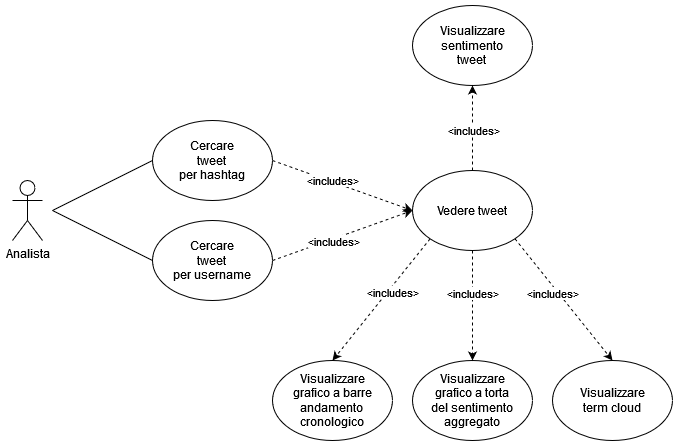
Earlier version of the draw.io export sprint2/review/img/usecase.png (NotXia/tweet-analysis). Source tidied: cells renumbered, new cells last; positions are measured from the earlier drawing's top-left corner, leaving out a move shared by most shapes.
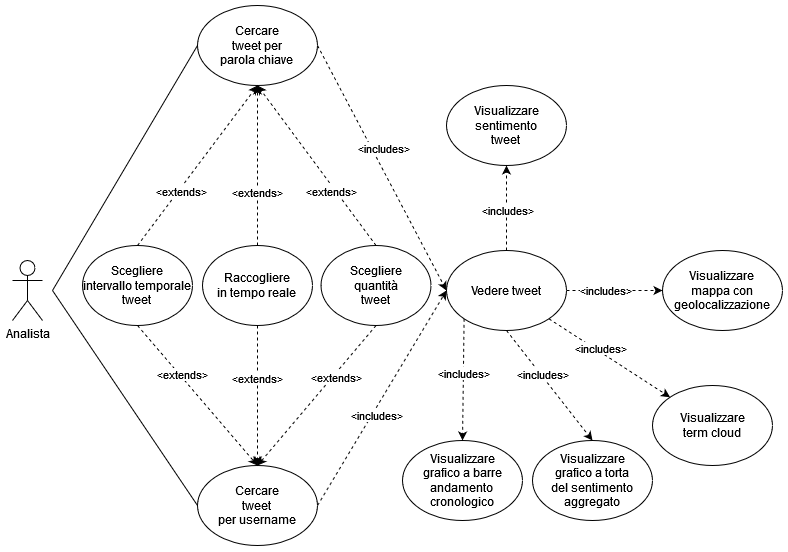
Above is the later version.

The edit, as a diff of the source:
```diff
@@ -6,25 +6,25 @@
       <mxGeometry x="400" y="165" width="120" height="80" as="geometry" />
     </mxCell>
     <mxCell id="3" value="Analista" style="shape=umlActor;verticalLabelPosition=bottom;verticalAlign=top;html=1;" parent="1" vertex="1">
-      <mxGeometry y="175" width="30" height="60" as="geometry" />
+      <mxGeometry x="-34" y="175" width="30" height="60" as="geometry" />
     </mxCell>
     <mxCell id="4" value="&lt;div&gt;Visualizzare&lt;/div&gt;&lt;div&gt;sentimento&lt;/div&gt;&lt;div&gt;tweet&lt;br&gt;&lt;/div&gt;" style="ellipse;whiteSpace=wrap;html=1;" parent="1" vertex="1">
       <mxGeometry x="400" width="120" height="80" as="geometry" />
     </mxCell>
     <mxCell id="5" value="&lt;div&gt;Visualizzare&lt;/div&gt;&lt;div&gt;grafico a torta&lt;/div&gt;&lt;div&gt;del sentimento&lt;/div&gt;&lt;div&gt;aggregato&lt;br&gt;&lt;/div&gt;" style="ellipse;whiteSpace=wrap;html=1;" parent="1" vertex="1">
-      <mxGeometry x="400" y="355" width="120" height="80" as="geometry" />
+      <mxGeometry x="486" y="355" width="120" height="80" as="geometry" />
     </mxCell>
     <mxCell id="6" value="&lt;div&gt;Visualizzare&lt;/div&gt;&lt;div&gt;grafico a barre&lt;/div&gt;&lt;div&gt;andamento&lt;br&gt;&lt;/div&gt;&lt;div&gt;cronologico&lt;br&gt;&lt;/div&gt;" style="ellipse;whiteSpace=wrap;html=1;" parent="1" vertex="1">
-      <mxGeometry x="260" y="355" width="120" height="80" as="geometry" />
+      <mxGeometry x="356" y="355" width="120" height="80" as="geometry" />
     </mxCell>
     <mxCell id="7" value="&lt;div&gt;Visualizzare&lt;/div&gt;term cloud" style="ellipse;whiteSpace=wrap;html=1;" parent="1" vertex="1">
-      <mxGeometry x="540" y="355" width="120" height="80" as="geometry" />
+      <mxGeometry x="606" y="300" width="120" height="80" as="geometry" />
     </mxCell>
-    <mxCell id="8" value="&lt;div&gt;Cercare&lt;br&gt;&lt;/div&gt;&lt;div&gt;tweet&lt;br&gt;&lt;/div&gt;&lt;div&gt;per hashtag&lt;/div&gt;" style="ellipse;whiteSpace=wrap;html=1;" parent="1" vertex="1">
-      <mxGeometry x="140" y="115" width="120" height="80" as="geometry" />
+    <mxCell id="8" value="&lt;div&gt;Cercare&lt;br&gt;&lt;/div&gt;&lt;div&gt;tweet per &lt;br&gt;&lt;/div&gt;&lt;div&gt;parola chiave&lt;br&gt;&lt;/div&gt;" style="ellipse;whiteSpace=wrap;html=1;" parent="1" vertex="1">
+      <mxGeometry x="151" y="-80" width="120" height="80" as="geometry" />
     </mxCell>
     <mxCell id="9" value="&lt;div&gt;Cercare&lt;br&gt;&lt;/div&gt;&lt;div&gt;tweet&lt;br&gt;&lt;/div&gt;&lt;div&gt;per username&lt;/div&gt;" style="ellipse;whiteSpace=wrap;html=1;" parent="1" vertex="1">
-      <mxGeometry x="140" y="215" width="120" height="80" as="geometry" />
+      <mxGeometry x="151" y="380" width="120" height="80" as="geometry" />
     </mxCell>
     <mxCell id="10" style="endArrow=classic;html=1;rounded=0;entryX=0.5;entryY=1;entryDx=0;entryDy=0;dashed=1;exitX=0.5;exitY=0;exitDx=0;exitDy=0;" parent="1" edge="1" source="2" target="4">
       <mxGeometry relative="1" as="geometry" />
@@ -39,7 +39,7 @@
     </mxCell>
     <mxCell id="13" value="&amp;lt;includes&amp;gt;" style="edgeLabel;html=1;align=center;verticalAlign=middle;" parent="12" vertex="1">
       <mxGeometry x="-0.45" y="-2" relative="1" as="geometry">
-        <mxPoint x="-9" y="21" as="offset" />
+        <mxPoint x="1" y="21" as="offset" />
       </mxGeometry>
     </mxCell>
     <mxCell id="14" style="endArrow=classic;html=1;rounded=0;entryX=0.5;entryY=0;entryDx=0;entryDy=0;dashed=1;exitX=0.5;exitY=1;exitDx=0;exitDy=0;" parent="1" edge="1" source="2" target="5">
@@ -47,25 +47,25 @@
     </mxCell>
     <mxCell id="15" value="&amp;lt;includes&amp;gt;" style="edgeLabel;html=1;align=center;verticalAlign=middle;" parent="14" vertex="1">
       <mxGeometry x="-0.45" y="-2" relative="1" as="geometry">
-        <mxPoint x="2" y="12" as="offset" />
+        <mxPoint x="14" y="12" as="offset" />
       </mxGeometry>
     </mxCell>
-    <mxCell id="16" style="endArrow=classic;html=1;rounded=0;entryX=0.5;entryY=0;entryDx=0;entryDy=0;dashed=1;exitX=1;exitY=1;exitDx=0;exitDy=0;" parent="1" edge="1" source="2" target="7">
+    <mxCell id="16" style="endArrow=classic;html=1;rounded=0;entryX=0;entryY=0;entryDx=0;entryDy=0;dashed=1;exitX=1;exitY=1;exitDx=0;exitDy=0;" parent="1" edge="1" source="2" target="7">
       <mxGeometry relative="1" as="geometry" />
     </mxCell>
     <mxCell id="17" value="&amp;lt;includes&amp;gt;" style="edgeLabel;html=1;align=center;verticalAlign=middle;" parent="16" vertex="1">
       <mxGeometry x="-0.45" y="-2" relative="1" as="geometry">
-        <mxPoint x="12" y="19" as="offset" />
+        <mxPoint x="19" y="6" as="offset" />
       </mxGeometry>
     </mxCell>
     <mxCell id="18" style="endArrow=none;html=1;rounded=0;entryX=0;entryY=0.5;entryDx=0;entryDy=0;" parent="1" edge="1" target="8">
       <mxGeometry relative="1" as="geometry">
-        <mxPoint x="40" y="205" as="sourcePoint" />
+        <mxPoint x="6" y="205" as="sourcePoint" />
       </mxGeometry>
     </mxCell>
     <mxCell id="19" style="endArrow=none;html=1;rounded=0;entryX=0;entryY=0.5;entryDx=0;entryDy=0;" parent="1" edge="1" target="9">
       <mxGeometry relative="1" as="geometry">
-        <mxPoint x="40" y="205" as="sourcePoint" />
+        <mxPoint x="6" y="205" as="sourcePoint" />
       </mxGeometry>
     </mxCell>
     <mxCell id="20" style="endArrow=classic;html=1;rounded=0;entryX=0;entryY=0.5;entryDx=0;entryDy=0;dashed=1;exitX=1;exitY=0.5;exitDx=0;exitDy=0;" parent="1" edge="1" source="8" target="2">
@@ -73,7 +73,7 @@
     </mxCell>
     <mxCell id="21" value="&amp;lt;includes&amp;gt;" style="edgeLabel;html=1;align=center;verticalAlign=middle;" parent="20" vertex="1">
       <mxGeometry x="-0.45" y="-2" relative="1" as="geometry">
-        <mxPoint x="22" y="4" as="offset" />
+        <mxPoint x="32" y="34" as="offset" />
       </mxGeometry>
     </mxCell>
     <mxCell id="22" style="endArrow=classic;html=1;rounded=0;dashed=1;exitX=1;exitY=0.5;exitDx=0;exitDy=0;entryX=0;entryY=0.5;entryDx=0;entryDy=0;" parent="1" edge="1" source="9" target="2">
@@ -81,8 +81,76 @@
     </mxCell>
     <mxCell id="23" value="&amp;lt;includes&amp;gt;" style="edgeLabel;html=1;align=center;verticalAlign=middle;" parent="22" vertex="1">
       <mxGeometry x="-0.45" y="-2" relative="1" as="geometry">
-        <mxPoint x="21" y="-8" as="offset" />
+        <mxPoint x="21" y="-32" as="offset" />
       </mxGeometry>
     </mxCell>
+    <mxCell id="24" value="&lt;div&gt;Scegliere&lt;/div&gt;&lt;div&gt;quantità&lt;/div&gt;&lt;div&gt;tweet&lt;br&gt;&lt;/div&gt;" style="ellipse;whiteSpace=wrap;html=1;" parent="1" vertex="1">
+      <mxGeometry x="274.5" y="160" width="110" height="80" as="geometry" />
+    </mxCell>
+    <mxCell id="25" value="&lt;div&gt;Scegliere&lt;/div&gt;&lt;div&gt;intervallo temporale&lt;br&gt;&lt;/div&gt;&lt;div&gt;tweet&lt;br&gt;&lt;/div&gt;" style="ellipse;whiteSpace=wrap;html=1;" parent="1" vertex="1">
+      <mxGeometry x="36" y="160" width="110" height="80" as="geometry" />
+    </mxCell>
+    <mxCell id="26" style="endArrow=classic;html=1;rounded=0;dashed=1;exitX=0.5;exitY=0;exitDx=0;exitDy=0;entryX=0.5;entryY=1;entryDx=0;entryDy=0;" parent="1" edge="1" source="24" target="8">
+      <mxGeometry relative="1" as="geometry" />
+    </mxCell>
+    <mxCell id="27" value="&amp;lt;extends&amp;gt;" style="edgeLabel;html=1;align=center;verticalAlign=middle;" parent="26" vertex="1">
+      <mxGeometry x="-0.45" y="-2" relative="1" as="geometry">
+        <mxPoint x="-14" y="-9" as="offset" />
+      </mxGeometry>
+    </mxCell>
+    <mxCell id="28" style="endArrow=classic;html=1;rounded=0;dashed=1;exitX=0.5;exitY=0;exitDx=0;exitDy=0;entryX=0.5;entryY=1;entryDx=0;entryDy=0;" parent="1" edge="1" source="25" target="8">
+      <mxGeometry relative="1" as="geometry" />
+    </mxCell>
+    <mxCell id="29" value="&amp;lt;extends&amp;gt;" style="edgeLabel;html=1;align=center;verticalAlign=middle;" parent="28" vertex="1">
+      <mxGeometry x="-0.45" y="-2" relative="1" as="geometry">
+        <mxPoint x="9" y="-12" as="offset" />
+      </mxGeometry>
+    </mxCell>
+    <mxCell id="30" style="endArrow=classic;html=1;rounded=0;dashed=1;exitX=0.5;exitY=1;exitDx=0;exitDy=0;entryX=0.5;entryY=0;entryDx=0;entryDy=0;" parent="1" edge="1" source="25" target="9">
+      <mxGeometry relative="1" as="geometry" />
+    </mxCell>
+    <mxCell id="31" value="&amp;lt;extends&amp;gt;" style="edgeLabel;html=1;align=center;verticalAlign=middle;" parent="30" vertex="1">
+      <mxGeometry x="-0.45" y="-2" relative="1" as="geometry">
+        <mxPoint x="13" y="9" as="offset" />
+      </mxGeometry>
+    </mxCell>
+    <mxCell id="32" style="endArrow=classic;html=1;rounded=0;dashed=1;exitX=0.5;exitY=1;exitDx=0;exitDy=0;entryX=0.5;entryY=0;entryDx=0;entryDy=0;" parent="1" edge="1" source="24" target="9">
+      <mxGeometry relative="1" as="geometry" />
+    </mxCell>
+    <mxCell id="33" value="&amp;lt;extends&amp;gt;" style="edgeLabel;html=1;align=center;verticalAlign=middle;" parent="32" vertex="1">
+      <mxGeometry x="-0.45" y="-2" relative="1" as="geometry">
+        <mxPoint x="-6" y="14" as="offset" />
+      </mxGeometry>
+    </mxCell>
+    <mxCell id="34" value="&lt;div&gt;Visualizzare&lt;/div&gt;&lt;div&gt;mappa con&lt;/div&gt;&lt;div&gt;geolocalizzazione&lt;br&gt;&lt;/div&gt;" style="ellipse;whiteSpace=wrap;html=1;" parent="1" vertex="1">
+      <mxGeometry x="616" y="165" width="120" height="80" as="geometry" />
+    </mxCell>
+    <mxCell id="35" style="endArrow=classic;html=1;rounded=0;entryX=0;entryY=0.5;entryDx=0;entryDy=0;dashed=1;exitX=1;exitY=0.5;exitDx=0;exitDy=0;" parent="1" edge="1" source="2" target="34">
+      <mxGeometry relative="1" as="geometry" />
+    </mxCell>
+    <mxCell id="36" value="&amp;lt;includes&amp;gt;" style="edgeLabel;html=1;align=center;verticalAlign=middle;" parent="35" vertex="1">
+      <mxGeometry x="-0.45" y="-2" relative="1" as="geometry">
+        <mxPoint x="12" y="-2" as="offset" />
+      </mxGeometry>
+    </mxCell>
+    <mxCell id="37" value="&lt;div&gt;Raccogliere&lt;/div&gt;&lt;div&gt;in tempo reale&lt;br&gt;&lt;/div&gt;" style="ellipse;whiteSpace=wrap;html=1;" parent="1" vertex="1">
+      <mxGeometry x="156" y="160" width="110" height="80" as="geometry" />
+    </mxCell>
+    <mxCell id="38" style="endArrow=classic;html=1;rounded=0;dashed=1;exitX=0.5;exitY=0;exitDx=0;exitDy=0;entryX=0.5;entryY=1;entryDx=0;entryDy=0;" parent="1" edge="1" source="37" target="8">
+      <mxGeometry relative="1" as="geometry" />
+    </mxCell>
+    <mxCell id="39" value="&amp;lt;extends&amp;gt;" style="edgeLabel;html=1;align=center;verticalAlign=middle;" parent="38" vertex="1">
+      <mxGeometry x="-0.45" y="-2" relative="1" as="geometry">
+        <mxPoint x="-2" y="-9" as="offset" />
+      </mxGeometry>
+    </mxCell>
+    <mxCell id="40" style="endArrow=classic;html=1;rounded=0;dashed=1;exitX=0.5;exitY=1;exitDx=0;exitDy=0;entryX=0.5;entryY=0;entryDx=0;entryDy=0;" parent="1" edge="1" source="37" target="9">
+      <mxGeometry relative="1" as="geometry" />
+    </mxCell>
+    <mxCell id="41" value="&amp;lt;extends&amp;gt;" style="edgeLabel;html=1;align=center;verticalAlign=middle;" parent="40" vertex="1">
+      <mxGeometry x="-0.45" y="-2" relative="1" as="geometry">
+        <mxPoint x="2" y="14" as="offset" />
+      </mxGeometry>
+    </mxCell>
   </root>
 </mxGraphModel>
```
